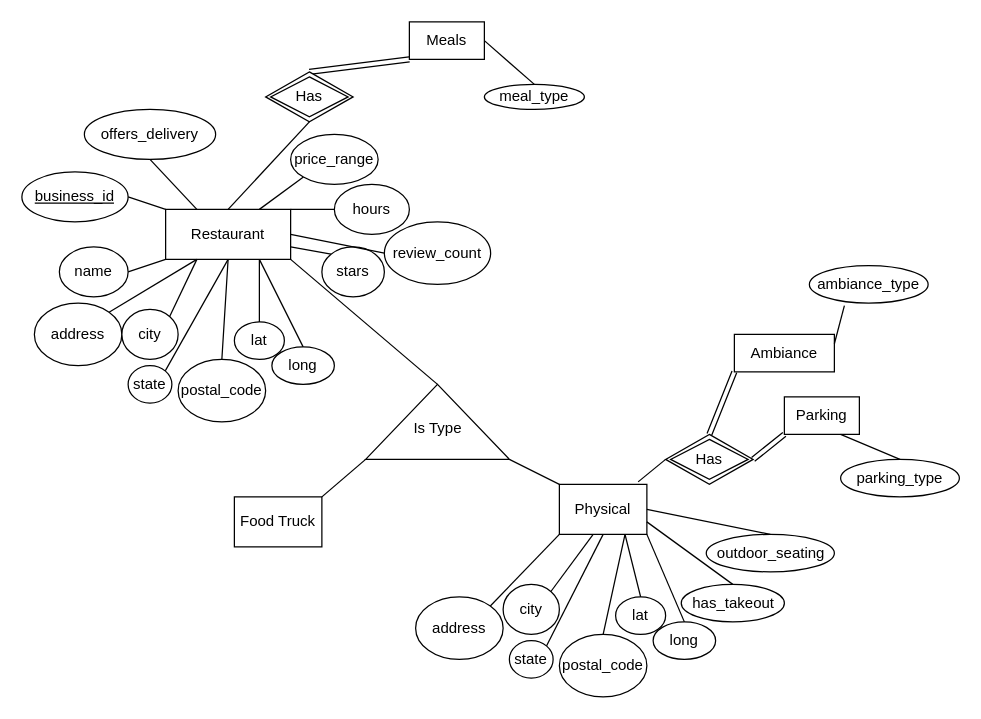
hoyoung-jang/TeamGeekSquad_CIS550 keeps this draw.io diagram as docs/ER_Diagram_Main.drawio. Above is the earlier version. Source tidied: cells renumbered, new cells numbered last; positions are measured from the earlier drawing's top-left corner, leaving out a move shared by most shapes. Both pictures are drawn from the tidied source at 125%, with x=0, y=0 at pixel (21, 21).
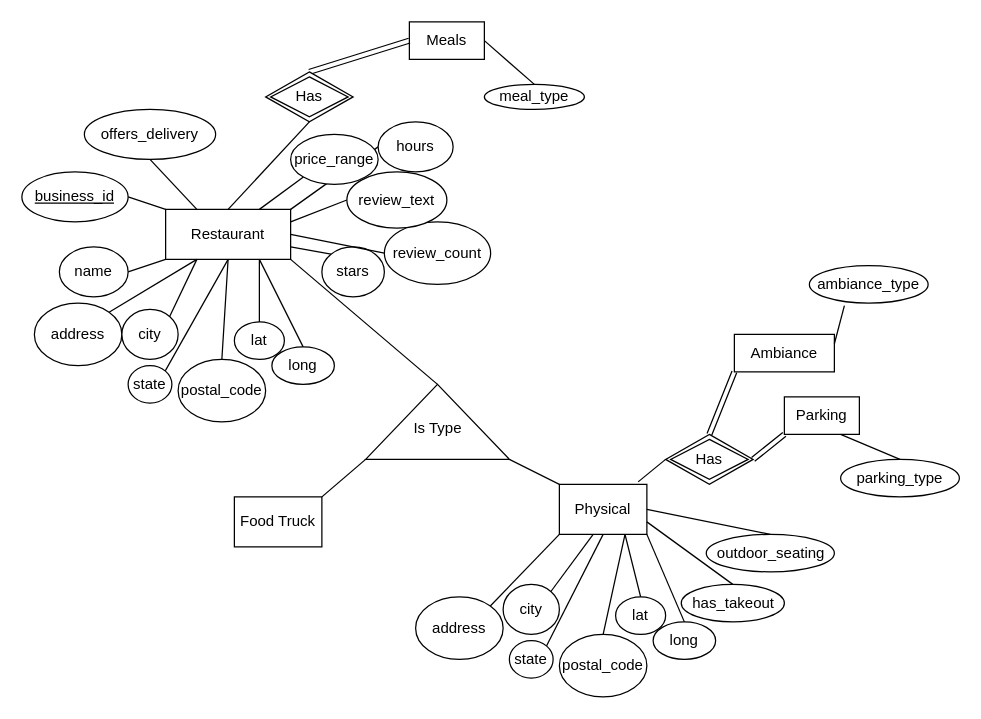
The same diagram, later.

Unchanged cells that the change refers to:
```xml
<mxCell id="2" value="Restaurant" style="rounded=0;whiteSpace=wrap;html=1;" parent="1" vertex="1">
  <mxGeometry x="115" y="150" width="100" height="40" as="geometry" />
</mxCell>
<mxCell id="52" value="Meals" style="rounded=0;whiteSpace=wrap;html=1;" parent="1" vertex="1">
  <mxGeometry x="310" width="60" height="30" as="geometry" />
</mxCell>
<mxCell id="54" value="Has" style="shape=rhombus;double=1;perimeter=rhombusPerimeter;whiteSpace=wrap;html=1;align=center;" parent="1" vertex="1">
  <mxGeometry x="195" y="40" width="70" height="40" as="geometry" />
</mxCell>
```

The edit, as a diff of the source:
```diff
@@
     <mxCell id="10" value="hours" style="ellipse;whiteSpace=wrap;html=1;" parent="1" vertex="1">
-      <mxGeometry x="250" y="130" width="60" height="40" as="geometry" />
+      <mxGeometry x="285" y="80" width="60" height="40" as="geometry" />
     </mxCell>
@@
-    <mxCell id="53" style="shape=link;html=1;rounded=0;entryX=0;entryY=1;entryDx=0;entryDy=0;exitX=0.5;exitY=0;exitDx=0;exitDy=0;" parent="1" edge="1" source="54" target="52">
+    <mxCell id="53" style="shape=link;html=1;rounded=0;entryX=0;entryY=0.5;entryDx=0;entryDy=0;exitX=0.5;exitY=0;exitDx=0;exitDy=0;" parent="1" edge="1" source="54" target="52">
       <mxGeometry relative="1" as="geometry" />
     </mxCell>
@@
+    <mxCell id="68" style="endArrow=none;html=1;rounded=0;entryX=1;entryY=0.25;entryDx=0;entryDy=0;exitX=0;exitY=0.5;exitDx=0;exitDy=0;" parent="1" edge="1" source="69" target="2">
+      <mxGeometry relative="1" as="geometry" />
+    </mxCell>
+    <mxCell id="69" value="review_text" style="ellipse;whiteSpace=wrap;html=1;" parent="1" vertex="1">
+      <mxGeometry x="260" y="120" width="80" height="45" as="geometry" />
+    </mxCell>
```
